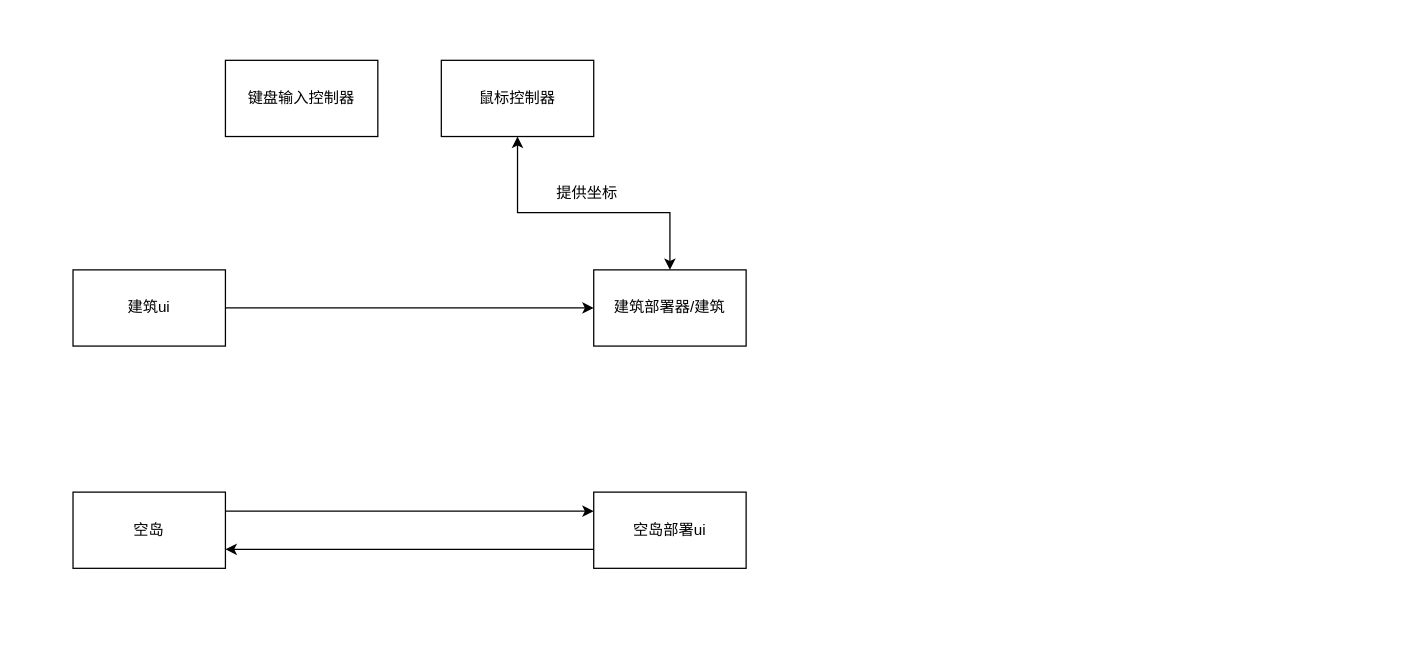
Before: 设定/demo第一版.drawio in DingJunyu/NewDesign, a draw.io diagram. Source tidied: cells renumbered, new cells numbered last; positions are measured from the earlier drawing's top-left corner, leaving out a move shared by most shapes. Both pictures are drawn from the tidied source at 127%, with x=0, y=0 at pixel (72, 60).
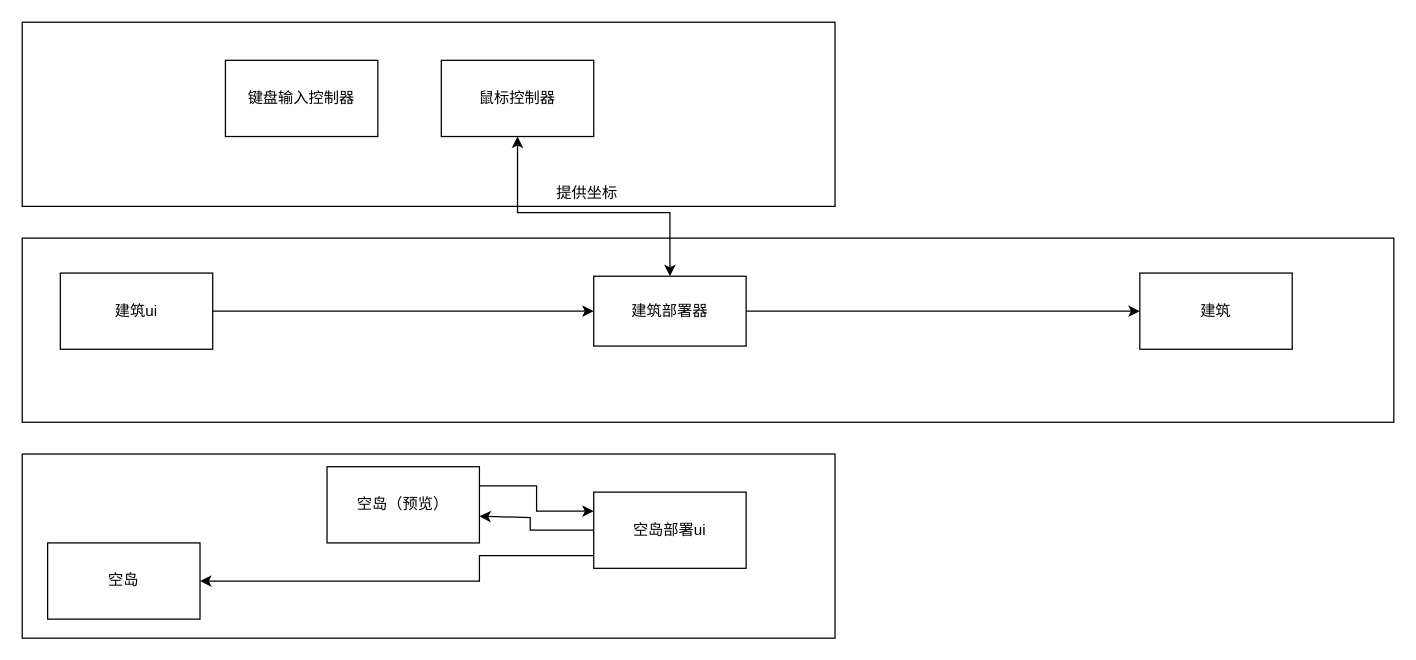
The same page after the edit.

Commit message:
更新demo第一版.drawio

The change refers to these unchanged cells:
```xml
<mxCell id="9" value="空岛部署ui" style="whiteSpace=wrap;html=1;rounded=0;" parent="1" vertex="1">
  <mxGeometry x="410" y="340" width="120" height="60" as="geometry" />
</mxCell>
```

What changed in the source:
```diff
@@
+    <mxCell id="13" style="rounded=0;whiteSpace=wrap;html=1;" parent="1" vertex="1">
+      <mxGeometry x="-40" y="-30" width="640" height="145" as="geometry" />
+    </mxCell>
+    <mxCell id="14" style="rounded=0;whiteSpace=wrap;html=1;" parent="1" vertex="1">
+      <mxGeometry x="-40" y="310" width="640" height="145" as="geometry" />
+    </mxCell>
+    <mxCell id="15" style="rounded=0;whiteSpace=wrap;html=1;" parent="1" vertex="1">
+      <mxGeometry x="-40" y="140" width="1080" height="145" as="geometry" />
+    </mxCell>
@@
     <mxCell id="4" value="建筑ui" style="rounded=0;whiteSpace=wrap;html=1;" parent="1" vertex="1">
-      <mxGeometry y="165" width="120" height="60" as="geometry" />
+      <mxGeometry x="-10" y="167.5" width="120" height="60" as="geometry" />
     </mxCell>
@@
-    <mxCell id="6" value="空岛" style="rounded=0;whiteSpace=wrap;html=1;" parent="1" vertex="1">
-      <mxGeometry y="340" width="120" height="60" as="geometry" />
+    <mxCell id="6" value="空岛（预览）" style="rounded=0;whiteSpace=wrap;html=1;" parent="1" vertex="1">
+      <mxGeometry x="200" y="320" width="120" height="60" as="geometry" />
     </mxCell>
+    <mxCell id="16" style="edgeStyle=orthogonalEdgeStyle;rounded=0;jettySize=auto;html=1;" parent="1" edge="1" source="7" target="19">
+      <mxGeometry relative="1" as="geometry" />
+    </mxCell>
-    <mxCell id="7" value="建筑部署器/建筑" style="rounded=0;whiteSpace=wrap;html=1;" parent="1" vertex="1">
-      <mxGeometry x="410" y="165" width="120" height="60" as="geometry" />
+    <mxCell id="7" value="建筑部署器" style="rounded=0;whiteSpace=wrap;html=1;" parent="1" vertex="1">
+      <mxGeometry x="410" y="170" width="120" height="55" as="geometry" />
     </mxCell>
@@
-    <mxCell id="10" style="endArrow=classic;html=1;rounded=0;exitX=0;exitY=0.75;exitDx=0;exitDy=0;entryX=1;entryY=0.75;entryDx=0;entryDy=0;" parent="1" edge="1" source="9" target="6">
-      <mxGeometry relative="1" as="geometry" />
-    </mxCell>
@@
+    <mxCell id="17" value="空岛" style="rounded=0;whiteSpace=wrap;html=1;" parent="1" vertex="1">
+      <mxGeometry x="-20" y="380" width="120" height="60" as="geometry" />
+    </mxCell>
+    <mxCell id="10" style="endArrow=classic;html=1;rounded=0;exitX=0;exitY=0.5;exitDx=0;exitDy=0;entryX=1;entryY=0.65;entryDx=0;entryDy=0;entryPerimeter=0;" parent="1" edge="1" source="9" target="6">
+      <mxGeometry relative="1" as="geometry">
+        <Array as="points">
+          <mxPoint x="360" y="370" />
+          <mxPoint x="360" y="360" />
+        </Array>
+      </mxGeometry>
+    </mxCell>
+    <mxCell id="18" style="endArrow=classic;html=1;rounded=0;entryX=1;entryY=0.5;entryDx=0;entryDy=0;" parent="1" edge="1" target="17">
+      <mxGeometry relative="1" as="geometry">
+        <mxPoint x="410" y="390" as="sourcePoint" />
+        <Array as="points">
+          <mxPoint x="320" y="390" />
+          <mxPoint x="320" y="410" />
+        </Array>
+      </mxGeometry>
+    </mxCell>
+    <mxCell id="19" value="建筑" style="whiteSpace=wrap;html=1;rounded=0;" parent="1" vertex="1">
+      <mxGeometry x="840" y="167.5" width="120" height="60" as="geometry" />
+    </mxCell>
```
